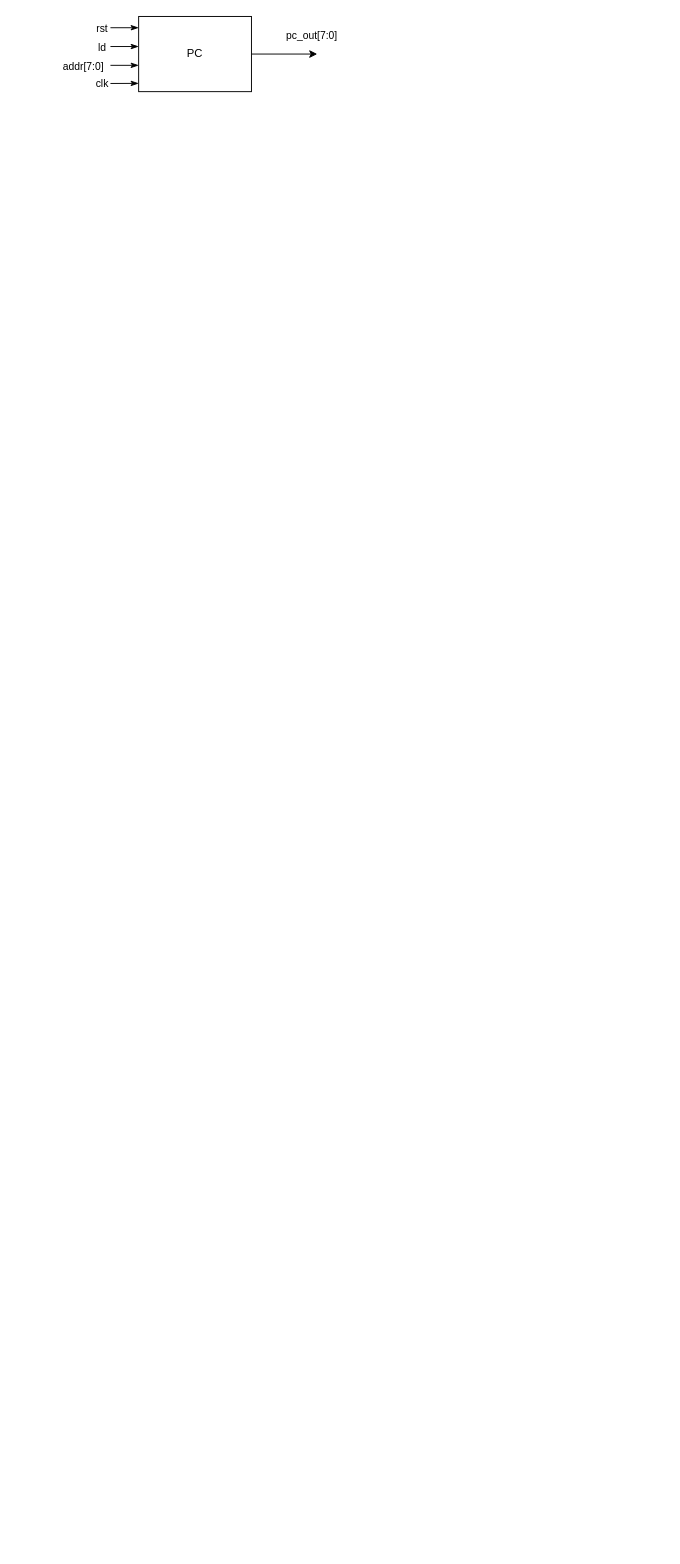
Above: Docs/cpu.drawio in orszoooo/OneCycleCPU (draw.io), before the change. Source tidied: cells renumbered, new cells numbered last; positions are measured from the earlier drawing's top-left corner, leaving out a move shared by most shapes. Both pictures are drawn from the tidied source at 94%, with x=0, y=0 at pixel (110, 16). Pictures stored in the file or linked from it are replaced by grey dashed boxes.
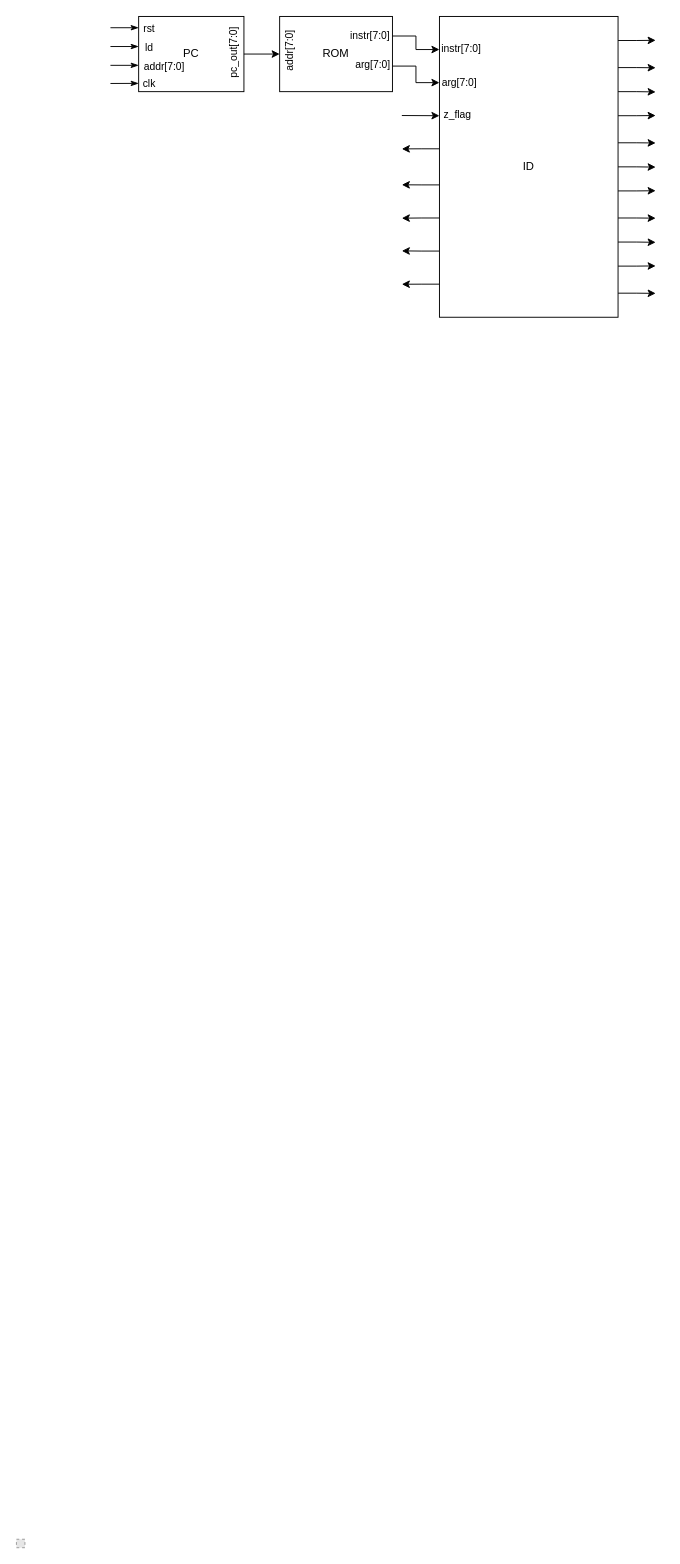
The same diagram, later.

Unchanged cells that the change refers to:
```xml
<mxCell id="2" style="edgeStyle=none;html=1;exitX=0;exitY=0.15;exitDx=0;exitDy=0;exitPerimeter=0;startArrow=classicThin;startFill=1;endArrow=none;endFill=0;" parent="1" edge="1" source="12">
  <mxGeometry relative="1" as="geometry">
    <mxPoint y="12" as="targetPoint" />
  </mxGeometry>
</mxCell>
<mxCell id="4" style="edgeStyle=none;html=1;exitX=0;exitY=0.4;exitDx=0;exitDy=0;exitPerimeter=0;startArrow=classicThin;startFill=1;endArrow=none;endFill=0;" parent="1" edge="1" source="12">
  <mxGeometry relative="1" as="geometry">
    <mxPoint y="32" as="targetPoint" />
  </mxGeometry>
</mxCell>
<mxCell id="6" style="edgeStyle=none;html=1;exitX=0;exitY=0.89;exitDx=0;exitDy=0;exitPerimeter=0;startArrow=classicThin;startFill=1;endArrow=none;endFill=0;" parent="1" edge="1" source="12">
  <mxGeometry relative="1" as="geometry">
    <mxPoint y="71.3" as="targetPoint" />
  </mxGeometry>
</mxCell>
<mxCell id="8" style="edgeStyle=none;html=1;exitX=0;exitY=0.65;exitDx=0;exitDy=0;exitPerimeter=0;startArrow=classicThin;startFill=1;endArrow=none;endFill=0;strokeWidth=1;rounded=1;" parent="1" edge="1" source="12">
  <mxGeometry relative="1" as="geometry">
    <mxPoint y="52" as="targetPoint" />
  </mxGeometry>
</mxCell>
```

Diff of the diagram source:
```diff
@@
+    <mxCell id="13" value="ROM" style="rounded=0;whiteSpace=wrap;html=1;points=[[0,0.5,0,0,0],[1,0.26,0,0,0],[1,0.66,0,0,0]];" parent="1" vertex="1">
+      <mxGeometry x="180" width="120" height="80" as="geometry" />
+    </mxCell>
+    <mxCell id="14" style="edgeStyle=orthogonalEdgeStyle;rounded=0;html=1;exitX=0;exitY=0.44;exitDx=0;exitDy=0;exitPerimeter=0;startArrow=none;startFill=0;endArrow=classic;endFill=1;" parent="1" edge="1" source="30">
+      <mxGeometry relative="1" as="geometry">
+        <mxPoint x="310" y="140.9" as="targetPoint" />
+      </mxGeometry>
+    </mxCell>
+    <mxCell id="15" style="edgeStyle=orthogonalEdgeStyle;rounded=0;html=1;exitX=0;exitY=0.56;exitDx=0;exitDy=0;exitPerimeter=0;startArrow=none;startFill=0;endArrow=classic;endFill=1;" parent="1" edge="1" source="30">
+      <mxGeometry relative="1" as="geometry">
+        <mxPoint x="310" y="179.1" as="targetPoint" />
+      </mxGeometry>
+    </mxCell>
+    <mxCell id="16" style="edgeStyle=orthogonalEdgeStyle;rounded=0;html=1;exitX=0;exitY=0.67;exitDx=0;exitDy=0;exitPerimeter=0;startArrow=none;startFill=0;endArrow=classic;endFill=1;" parent="1" edge="1" source="30">
+      <mxGeometry relative="1" as="geometry">
+        <mxPoint x="310" y="214.6" as="targetPoint" />
+      </mxGeometry>
+    </mxCell>
+    <mxCell id="17" style="edgeStyle=orthogonalEdgeStyle;rounded=0;html=1;exitX=0;exitY=0.78;exitDx=0;exitDy=0;exitPerimeter=0;startArrow=none;startFill=0;endArrow=classic;endFill=1;" parent="1" edge="1" source="30">
+      <mxGeometry relative="1" as="geometry">
+        <mxPoint x="310" y="249.4" as="targetPoint" />
+      </mxGeometry>
+    </mxCell>
+    <mxCell id="18" style="edgeStyle=orthogonalEdgeStyle;rounded=0;html=1;exitX=0;exitY=0.89;exitDx=0;exitDy=0;exitPerimeter=0;startArrow=none;startFill=0;endArrow=classic;endFill=1;" parent="1" edge="1" source="30">
+      <mxGeometry relative="1" as="geometry">
+        <mxPoint x="310" y="284.9" as="targetPoint" />
+      </mxGeometry>
+    </mxCell>
+    <mxCell id="19" style="edgeStyle=orthogonalEdgeStyle;rounded=0;html=1;exitX=1;exitY=0.08;exitDx=0;exitDy=0;exitPerimeter=0;startArrow=none;startFill=0;endArrow=classic;endFill=1;" parent="1" edge="1" source="30">
+      <mxGeometry relative="1" as="geometry">
+        <mxPoint x="580" y="25.4" as="targetPoint" />
+      </mxGeometry>
+    </mxCell>
+    <mxCell id="20" style="edgeStyle=orthogonalEdgeStyle;rounded=0;html=1;exitX=1;exitY=0.17;exitDx=0;exitDy=0;exitPerimeter=0;startArrow=none;startFill=0;endArrow=classic;endFill=1;" parent="1" edge="1" source="30">
+      <mxGeometry relative="1" as="geometry">
+        <mxPoint x="580" y="54.6" as="targetPoint" />
+      </mxGeometry>
+    </mxCell>
+    <mxCell id="21" style="edgeStyle=orthogonalEdgeStyle;rounded=0;html=1;exitX=1;exitY=0.25;exitDx=0;exitDy=0;exitPerimeter=0;startArrow=none;startFill=0;endArrow=classic;endFill=1;" parent="1" edge="1" source="30">
+      <mxGeometry relative="1" as="geometry">
+        <mxPoint x="580" y="80.3" as="targetPoint" />
+      </mxGeometry>
+    </mxCell>
+    <mxCell id="22" style="edgeStyle=orthogonalEdgeStyle;rounded=0;html=1;exitX=1;exitY=0.33;exitDx=0;exitDy=0;exitPerimeter=0;startArrow=none;startFill=0;endArrow=classic;endFill=1;" parent="1" edge="1" source="30">
+      <mxGeometry relative="1" as="geometry">
+        <mxPoint x="580" y="105.4" as="targetPoint" />
+      </mxGeometry>
+    </mxCell>
+    <mxCell id="23" style="edgeStyle=orthogonalEdgeStyle;rounded=0;html=1;exitX=1;exitY=0.42;exitDx=0;exitDy=0;exitPerimeter=0;startArrow=none;startFill=0;endArrow=classic;endFill=1;" parent="1" edge="1" source="30">
+      <mxGeometry relative="1" as="geometry">
+        <mxPoint x="580" y="134.6" as="targetPoint" />
+      </mxGeometry>
+    </mxCell>
+    <mxCell id="24" style="edgeStyle=orthogonalEdgeStyle;rounded=0;html=1;exitX=1;exitY=0.5;exitDx=0;exitDy=0;exitPerimeter=0;startArrow=none;startFill=0;endArrow=classic;endFill=1;" parent="1" edge="1" source="30">
+      <mxGeometry relative="1" as="geometry">
+        <mxPoint x="580" y="160.3" as="targetPoint" />
+      </mxGeometry>
+    </mxCell>
+    <mxCell id="25" style="edgeStyle=orthogonalEdgeStyle;rounded=0;html=1;exitX=1;exitY=0.58;exitDx=0;exitDy=0;exitPerimeter=0;startArrow=none;startFill=0;endArrow=classic;endFill=1;" parent="1" edge="1" source="30">
+      <mxGeometry relative="1" as="geometry">
+        <mxPoint x="580" y="185.4" as="targetPoint" />
+      </mxGeometry>
+    </mxCell>
+    <mxCell id="26" style="edgeStyle=orthogonalEdgeStyle;rounded=0;html=1;exitX=1;exitY=0.67;exitDx=0;exitDy=0;exitPerimeter=0;startArrow=none;startFill=0;endArrow=classic;endFill=1;" parent="1" edge="1" source="30">
+      <mxGeometry relative="1" as="geometry">
+        <mxPoint x="580" y="214.6" as="targetPoint" />
+      </mxGeometry>
+    </mxCell>
+    <mxCell id="27" style="edgeStyle=orthogonalEdgeStyle;rounded=0;html=1;exitX=1;exitY=0.75;exitDx=0;exitDy=0;exitPerimeter=0;startArrow=none;startFill=0;endArrow=classic;endFill=1;" parent="1" edge="1" source="30">
+      <mxGeometry relative="1" as="geometry">
+        <mxPoint x="580" y="240.3" as="targetPoint" />
+      </mxGeometry>
+    </mxCell>
+    <mxCell id="28" style="edgeStyle=orthogonalEdgeStyle;rounded=0;html=1;exitX=1;exitY=0.83;exitDx=0;exitDy=0;exitPerimeter=0;startArrow=none;startFill=0;endArrow=classic;endFill=1;" parent="1" edge="1" source="30">
+      <mxGeometry relative="1" as="geometry">
+        <mxPoint x="580" y="265.4" as="targetPoint" />
+      </mxGeometry>
+    </mxCell>
+    <mxCell id="29" style="edgeStyle=orthogonalEdgeStyle;rounded=0;html=1;exitX=1;exitY=0.92;exitDx=0;exitDy=0;exitPerimeter=0;startArrow=none;startFill=0;endArrow=classic;endFill=1;" parent="1" edge="1" source="30">
+      <mxGeometry relative="1" as="geometry">
+        <mxPoint x="580" y="294.6" as="targetPoint" />
+      </mxGeometry>
+    </mxCell>
+    <mxCell id="30" value="ID" style="rounded=0;whiteSpace=wrap;html=1;points=[[0,0.11,0,0,0],[0,0.22,0,0,0],[0,0.33,0,0,0],[0,0.44,0,0,0],[0,0.56,0,0,0],[0,0.67,0,0,0],[0,0.78,0,0,0],[0,0.89,0,0,0],[1,0.08,0,0,0],[1,0.17,0,0,0],[1,0.25,0,0,0],[1,0.33,0,0,0],[1,0.42,0,0,0],[1,0.5,0,0,0],[1,0.58,0,0,0],[1,0.67,0,0,0],[1,0.75,0,0,0],[1,0.83,0,0,0],[1,0.92,0,0,0]];" parent="1" vertex="1">
+      <mxGeometry x="350" width="190" height="320" as="geometry" />
+    </mxCell>
+    <mxCell id="31" style="edgeStyle=none;html=1;exitX=0;exitY=0.33;exitDx=0;exitDy=0;exitPerimeter=0;startArrow=classic;startFill=1;endArrow=none;endFill=0;" parent="1" edge="1" source="30">
+      <mxGeometry relative="1" as="geometry">
+        <mxPoint x="310" y="105.4" as="targetPoint" />
+      </mxGeometry>
+    </mxCell>
+    <mxCell id="32" value="z_flag" style="edgeLabel;html=1;align=center;verticalAlign=middle;" parent="31" vertex="1">
+      <mxGeometry x="0.39" y="2" relative="1" as="geometry">
+        <mxPoint x="47" y="-3" as="offset" />
+      </mxGeometry>
+    </mxCell>
+    <mxCell id="33" style="edgeStyle=elbowEdgeStyle;html=1;exitX=1;exitY=0.66;exitDx=0;exitDy=0;exitPerimeter=0;entryX=0;entryY=0.22;entryDx=0;entryDy=0;entryPerimeter=0;startArrow=none;startFill=0;endArrow=classic;endFill=1;rounded=0;" parent="1" edge="1" source="13" target="30">
+      <mxGeometry relative="1" as="geometry" />
+    </mxCell>
+    <mxCell id="34" value="arg[7:0]" style="edgeLabel;html=1;align=center;verticalAlign=middle;" parent="33" vertex="1">
+      <mxGeometry x="0.32" y="-1" relative="1" as="geometry">
+        <mxPoint x="-49" y="-21" as="offset" />
+      </mxGeometry>
+    </mxCell>
+    <mxCell id="35" style="edgeStyle=orthogonalEdgeStyle;rounded=0;html=1;exitX=1;exitY=0.26;exitDx=0;exitDy=0;exitPerimeter=0;entryX=0;entryY=0.11;entryDx=0;entryDy=0;entryPerimeter=0;strokeWidth=1;startArrow=none;startFill=0;endArrow=classic;endFill=1;" parent="1" edge="1" source="13" target="30">
+      <mxGeometry relative="1" as="geometry" />
+    </mxCell>
+    <mxCell id="36" value="instr[7:0]" style="edgeLabel;html=1;align=center;verticalAlign=middle;" parent="35" vertex="1">
+      <mxGeometry x="-0.42" y="1" relative="1" as="geometry">
+        <mxPoint x="-44" as="offset" />
+      </mxGeometry>
+    </mxCell>
+    <mxCell id="37" value="instr[7:0]" style="edgeLabel;html=1;align=center;verticalAlign=middle;" parent="35" vertex="1">
+      <mxGeometry x="0.54" y="2" relative="1" as="geometry">
+        <mxPoint x="37" as="offset" />
+      </mxGeometry>
+    </mxCell>
+    <mxCell id="12" value="PC" style="rounded=0;whiteSpace=wrap;html=1;points=[[0,0.15,0,0,0],[0,0.4,0,0,0],[0,0.65,0,0,0],[0,0.89,0,0,0],[1,0.5,0,0,0]];" parent="1" vertex="1">
+      <mxGeometry x="30" width="112" height="80" as="geometry" />
+    </mxCell>
@@
     <mxCell id="3" value="rst" style="edgeLabel;html=1;align=center;verticalAlign=middle;" parent="2" vertex="1">
       <mxGeometry x="0.68" relative="1" as="geometry">
-        <mxPoint x="-15" as="offset" />
+        <mxPoint x="35" as="offset" />
       </mxGeometry>
     </mxCell>
@@
     <mxCell id="5" value="ld" style="edgeLabel;html=1;align=center;verticalAlign=middle;" parent="4" vertex="1">
       <mxGeometry x="0.52" relative="1" as="geometry">
-        <mxPoint x="-17" as="offset" />
+        <mxPoint x="33" as="offset" />
       </mxGeometry>
     </mxCell>
+    <mxCell id="10" style="edgeStyle=none;rounded=1;html=1;exitX=1;exitY=0.5;exitDx=0;exitDy=0;exitPerimeter=0;strokeWidth=1;startArrow=none;startFill=0;endArrow=classic;endFill=1;entryX=0;entryY=0.5;entryDx=0;entryDy=0;entryPerimeter=0;" parent="1" edge="1" source="12" target="13">
+      <mxGeometry relative="1" as="geometry" />
+    </mxCell>
+    <mxCell id="11" value="pc_out[7:0]" style="edgeLabel;html=1;align=center;verticalAlign=middle;rotation=270;" parent="10" vertex="1">
+      <mxGeometry relative="1" as="geometry">
+        <mxPoint x="-31" as="offset" />
+      </mxGeometry>
+    </mxCell>
+    <mxCell id="38" value="addr[7:0]" style="edgeLabel;html=1;align=center;verticalAlign=middle;rotation=-90;" parent="10" vertex="1">
+      <mxGeometry x="0.25" y="2" relative="1" as="geometry">
+        <mxPoint x="24" as="offset" />
+      </mxGeometry>
+    </mxCell>
@@
     <mxCell id="7" value="clk" style="edgeLabel;html=1;align=center;verticalAlign=middle;" parent="6" vertex="1">
       <mxGeometry x="0.31" relative="1" as="geometry">
-        <mxPoint x="-20" as="offset" />
+        <mxPoint x="30" as="offset" />
       </mxGeometry>
     </mxCell>
@@
     <mxCell id="9" value="addr[7:0]" style="edgeLabel;html=1;align=center;verticalAlign=middle;" parent="8" vertex="1">
-      <mxGeometry x="0.7" relative="1" as="geometry">
-        <mxPoint x="-34" as="offset" />
+      <mxGeometry relative="1" as="geometry">
+        <mxPoint x="41" as="offset" />
       </mxGeometry>
     </mxCell>
-    <mxCell id="10" style="edgeStyle=none;rounded=1;html=1;exitX=1;exitY=0.5;exitDx=0;exitDy=0;exitPerimeter=0;strokeWidth=1;startArrow=none;startFill=0;endArrow=classic;endFill=1;" parent="1" edge="1" source="12">
-      <mxGeometry relative="1" as="geometry">
-        <mxPoint x="220" y="40" as="targetPoint" />
-      </mxGeometry>
-    </mxCell>
-    <mxCell id="11" value="pc_out[7:0]" style="edgeLabel;html=1;align=center;verticalAlign=middle;" parent="10" vertex="1">
-      <mxGeometry x="0.32" y="-1" relative="1" as="geometry">
-        <mxPoint x="17" y="-21" as="offset" />
-      </mxGeometry>
-    </mxCell>
-    <mxCell id="12" value="PC" style="rounded=0;whiteSpace=wrap;html=1;points=[[0,0.15,0,0,0],[0,0.4,0,0,0],[0,0.65,0,0,0],[0,0.89,0,0,0],[1,0.5,0,0,0]];" parent="1" vertex="1">
-      <mxGeometry x="30" width="120" height="80" as="geometry" />
-    </mxCell>
+    <mxCell id="39" style="fillColor=#E6E6E6;strokeColor=#999999;dashed=1;verticalLabelPosition=bottom;labelBackgroundColor=default;verticalAlign=top;" parent="1" vertex="1">
+      <mxGeometry x="-100" y="1620" width="9" height="9" as="geometry" />
+    </mxCell>
+    <mxCell id="40" value="arg[7:0]" style="edgeLabel;html=1;align=center;verticalAlign=middle;" parent="1" vertex="1">
+      <mxGeometry x="370" y="70" as="geometry" />
+    </mxCell>
```
